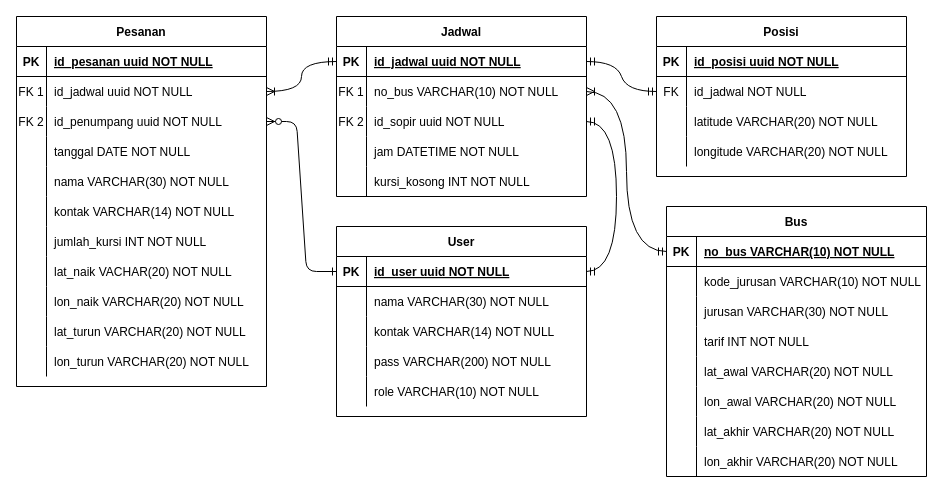
Above: ERD-gobus.drawio in nentinur/IF215007-IF215008 (draw.io), before the change. Source tidied: cells renumbered, new cells numbered last; positions are measured from the earlier drawing's top-left corner, leaving out a move shared by most shapes. Both pictures are drawn from the tidied source at 100%, with x=0, y=0 at pixel (16, 16).
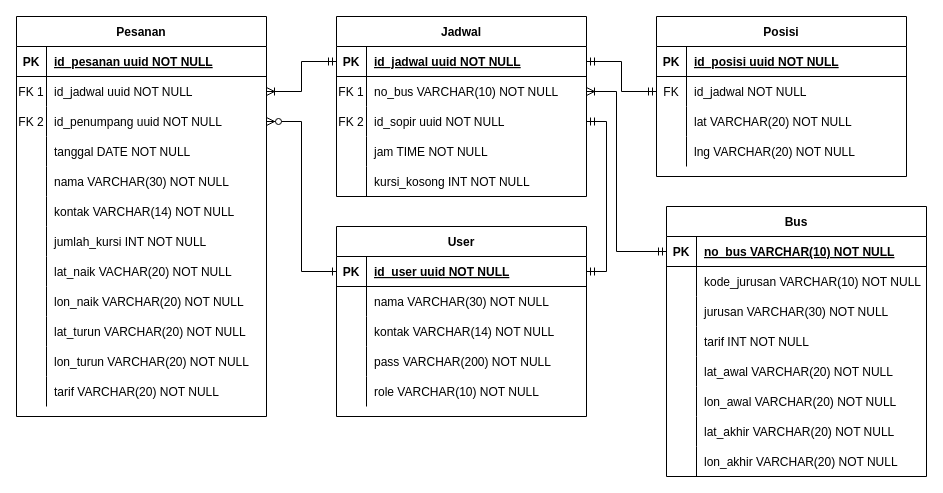
The same diagram, later.

The change refers to these unchanged cells:
```xml
<mxCell id="7" style="shape=partialRectangle;fillColor=none;points=[[0,0.5],[1,0.5]];portConstraint=eastwest;top=0;left=0;right=0;bottom=0;" parent="3" vertex="1">
  <mxGeometry y="60" width="250" height="30" as="geometry" />
</mxCell>
<mxCell id="10" style="shape=partialRectangle;fillColor=none;points=[[0,0.5],[1,0.5]];portConstraint=eastwest;top=0;left=0;right=0;bottom=0;" parent="3" vertex="1">
  <mxGeometry y="90" width="250" height="30" as="geometry" />
</mxCell>
<mxCell id="41" style="shape=partialRectangle;fillColor=none;points=[[0,0.5],[1,0.5]];portConstraint=eastwest;top=0;left=0;right=0;bottom=0;" parent="37" vertex="1">
  <mxGeometry y="60" width="250" height="30" as="geometry" />
</mxCell>
<mxCell id="44" style="shape=partialRectangle;fillColor=none;top=0;left=0;right=0;bottom=0;" parent="37" vertex="1">
  <mxGeometry y="90" width="250" height="30" as="geometry" />
</mxCell>
<mxCell id="47" style="shape=partialRectangle;fillColor=none;top=0;left=0;right=0;bottom=0;" parent="37" vertex="1">
  <mxGeometry y="120" width="250" height="30" as="geometry" />
</mxCell>
<mxCell id="51" style="shape=partialRectangle;fillColor=none;points=[[0,0.5],[1,0.5]];portConstraint=eastwest;top=0;left=0;right=0;bottom=1;" parent="50" vertex="1">
  <mxGeometry y="30" width="250" height="30" as="geometry" />
</mxCell>
<mxCell id="67" style="shape=tableRow;horizontal=0;startSize=0;swimlaneHead=0;swimlaneBody=0;fillColor=none;points=[[0,0.5],[1,0.5]];portConstraint=eastwest;top=0;left=0;right=0;bottom=1;" parent="66" vertex="1">
  <mxGeometry y="30" width="250" height="30" as="geometry" />
</mxCell>
<mxCell id="70" style="shape=tableRow;horizontal=0;startSize=0;swimlaneHead=0;swimlaneBody=0;fillColor=none;points=[[0,0.5],[1,0.5]];portConstraint=eastwest;top=0;left=0;right=0;bottom=0;" parent="66" vertex="1">
  <mxGeometry y="60" width="250" height="30" as="geometry" />
</mxCell>
<mxCell id="73" style="shape=tableRow;horizontal=0;startSize=0;swimlaneHead=0;swimlaneBody=0;fillColor=none;points=[[0,0.5],[1,0.5]];portConstraint=eastwest;top=0;left=0;right=0;bottom=0;" parent="66" vertex="1">
  <mxGeometry y="90" width="250" height="30" as="geometry" />
</mxCell>
<mxCell id="76" style="shape=tableRow;horizontal=0;startSize=0;swimlaneHead=0;swimlaneBody=0;fillColor=none;top=0;left=0;right=0;bottom=0;" parent="66" vertex="1">
  <mxGeometry y="120" width="250" height="30" as="geometry" />
</mxCell>
<mxCell id="83" style="shape=tableRow;horizontal=0;startSize=0;swimlaneHead=0;swimlaneBody=0;fillColor=none;points=[[0,0.5],[1,0.5]];portConstraint=eastwest;top=0;left=0;right=0;bottom=1;" parent="82" vertex="1">
  <mxGeometry y="30" width="260" height="30" as="geometry" />
</mxCell>
```

Diff of the diagram source:
```diff
@@
-    <mxCell id="2" style="edgeStyle=entityRelationEdgeStyle;endArrow=ERzeroToMany;startArrow=ERone;endFill=1;startFill=0;" parent="1" edge="1" source="51" target="10">
+    <mxCell id="2" style="edgeStyle=orthogonalEdgeStyle;endArrow=ERzeroToMany;startArrow=ERone;endFill=1;startFill=0;rounded=0;" parent="1" edge="1" source="51" target="10">
       <mxGeometry relative="1" as="geometry" />
     </mxCell>
     <mxCell id="3" value="Pesanan" style="shape=table;startSize=30;childLayout=tableLayout;rowLines=0;fontStyle=1;align=center;" parent="1" vertex="1">
-      <mxGeometry width="250" height="370" as="geometry" />
+      <mxGeometry width="250" height="400" as="geometry" />
     </mxCell>
@@
+    <mxCell id="111" style="shape=partialRectangle;fillColor=none;top=0;left=0;right=0;bottom=0;" parent="3" vertex="1">
+      <mxGeometry y="360" width="250" height="30" as="geometry" />
+    </mxCell>
+    <mxCell id="112" style="shape=partialRectangle;overflow=hidden;fillColor=none;top=0;left=0;bottom=0;right=0;" parent="111" vertex="1">
+      <mxGeometry width="30" height="30" as="geometry" />
+    </mxCell>
+    <mxCell id="113" value="tarif VARCHAR(20) NOT NULL" style="shape=partialRectangle;overflow=hidden;fillColor=none;top=0;left=0;bottom=0;right=0;align=left;spacingLeft=6;" parent="111" vertex="1">
+      <mxGeometry x="30" width="220" height="30" as="geometry" />
+    </mxCell>
@@
-    <mxCell id="46" value="latitude VARCHAR(20) NOT NULL" style="shape=partialRectangle;overflow=hidden;fillColor=none;top=0;left=0;bottom=0;right=0;align=left;spacingLeft=6;" parent="44" vertex="1">
+    <mxCell id="46" value="lat VARCHAR(20) NOT NULL" style="shape=partialRectangle;overflow=hidden;fillColor=none;top=0;left=0;bottom=0;right=0;align=left;spacingLeft=6;" parent="44" vertex="1">
       <mxGeometry x="30" width="220" height="30" as="geometry" />
     </mxCell>
@@
-    <mxCell id="49" value="longitude VARCHAR(20) NOT NULL" style="shape=partialRectangle;overflow=hidden;fillColor=none;top=0;left=0;bottom=0;right=0;align=left;spacingLeft=6;" parent="47" vertex="1">
+    <mxCell id="49" value="lng VARCHAR(20) NOT NULL" style="shape=partialRectangle;overflow=hidden;fillColor=none;top=0;left=0;bottom=0;right=0;align=left;spacingLeft=6;" parent="47" vertex="1">
       <mxGeometry x="30" width="220" height="30" as="geometry" />
     </mxCell>
@@
-    <mxCell id="78" value="jam DATETIME NOT NULL" style="shape=partialRectangle;fillColor=none;top=0;left=0;bottom=0;right=0;align=left;spacingLeft=6;overflow=hidden;" parent="76" vertex="1">
+    <mxCell id="78" value="jam TIME NOT NULL" style="shape=partialRectangle;fillColor=none;top=0;left=0;bottom=0;right=0;align=left;spacingLeft=6;overflow=hidden;" parent="76" vertex="1">
       <mxGeometry x="30" width="220" height="30" as="geometry" />
     </mxCell>
@@
-    <mxCell id="107" style="edgeStyle=orthogonalEdgeStyle;fontSize=12;html=1;endArrow=ERoneToMany;startArrow=ERmandOne;rounded=0;exitX=0;exitY=0.5;exitDx=0;exitDy=0;entryX=1;entryY=0.5;entryDx=0;entryDy=0;curved=1;" parent="1" edge="1" source="67" target="7">
+    <mxCell id="107" style="edgeStyle=orthogonalEdgeStyle;fontSize=12;html=1;endArrow=ERoneToMany;startArrow=ERmandOne;rounded=0;exitX=0;exitY=0.5;exitDx=0;exitDy=0;entryX=1;entryY=0.5;entryDx=0;entryDy=0;" parent="1" edge="1" source="67" target="7">
       <mxGeometry relative="1" as="geometry" />
     </mxCell>
-    <mxCell id="108" style="fontSize=12;html=1;endArrow=ERoneToMany;startArrow=ERmandOne;rounded=0;exitX=0;exitY=0.5;exitDx=0;exitDy=0;edgeStyle=orthogonalEdgeStyle;entryX=1;entryY=0.5;entryDx=0;entryDy=0;curved=1;" parent="1" edge="1" source="83" target="70">
-      <mxGeometry relative="1" as="geometry" />
+    <mxCell id="108" style="fontSize=12;html=1;endArrow=ERoneToMany;startArrow=ERmandOne;rounded=0;exitX=0;exitY=0.5;exitDx=0;exitDy=0;edgeStyle=orthogonalEdgeStyle;entryX=1;entryY=0.5;entryDx=0;entryDy=0;" parent="1" edge="1" source="83" target="70">
+      <mxGeometry relative="1" as="geometry">
+        <Array as="points">
+          <mxPoint x="600" y="235" />
+          <mxPoint x="600" y="75" />
+        </Array>
+      </mxGeometry>
     </mxCell>
-    <mxCell id="109" style="edgeStyle=entityRelationEdgeStyle;fontSize=12;html=1;endArrow=ERmandOne;startArrow=ERmandOne;rounded=0;curved=1;exitX=1;exitY=0.5;exitDx=0;exitDy=0;entryX=0;entryY=0.5;entryDx=0;entryDy=0;" parent="1" edge="1" source="67" target="41">
+    <mxCell id="109" style="edgeStyle=orthogonalEdgeStyle;fontSize=12;html=1;endArrow=ERmandOne;startArrow=ERmandOne;rounded=0;exitX=1;exitY=0.5;exitDx=0;exitDy=0;entryX=0;entryY=0.5;entryDx=0;entryDy=0;" parent="1" edge="1" source="67" target="41">
       <mxGeometry relative="1" as="geometry" />
     </mxCell>
-    <mxCell id="110" style="edgeStyle=entityRelationEdgeStyle;fontSize=12;html=1;endArrow=ERmandOne;startArrow=ERmandOne;rounded=0;curved=1;entryX=1;entryY=0.5;entryDx=0;entryDy=0;exitX=1;exitY=0.5;exitDx=0;exitDy=0;" parent="1" edge="1" source="51" target="73">
-      <mxGeometry relative="1" as="geometry" />
+    <mxCell id="110" style="edgeStyle=orthogonalEdgeStyle;fontSize=12;html=1;endArrow=ERmandOne;startArrow=ERmandOne;rounded=0;entryX=1;entryY=0.5;entryDx=0;entryDy=0;exitX=1;exitY=0.5;exitDx=0;exitDy=0;" parent="1" edge="1" source="51" target="73">
+      <mxGeometry relative="1" as="geometry">
+        <Array as="points">
+          <mxPoint x="590" y="255" />
+          <mxPoint x="590" y="105" />
+        </Array>
+      </mxGeometry>
     </mxCell>
```
